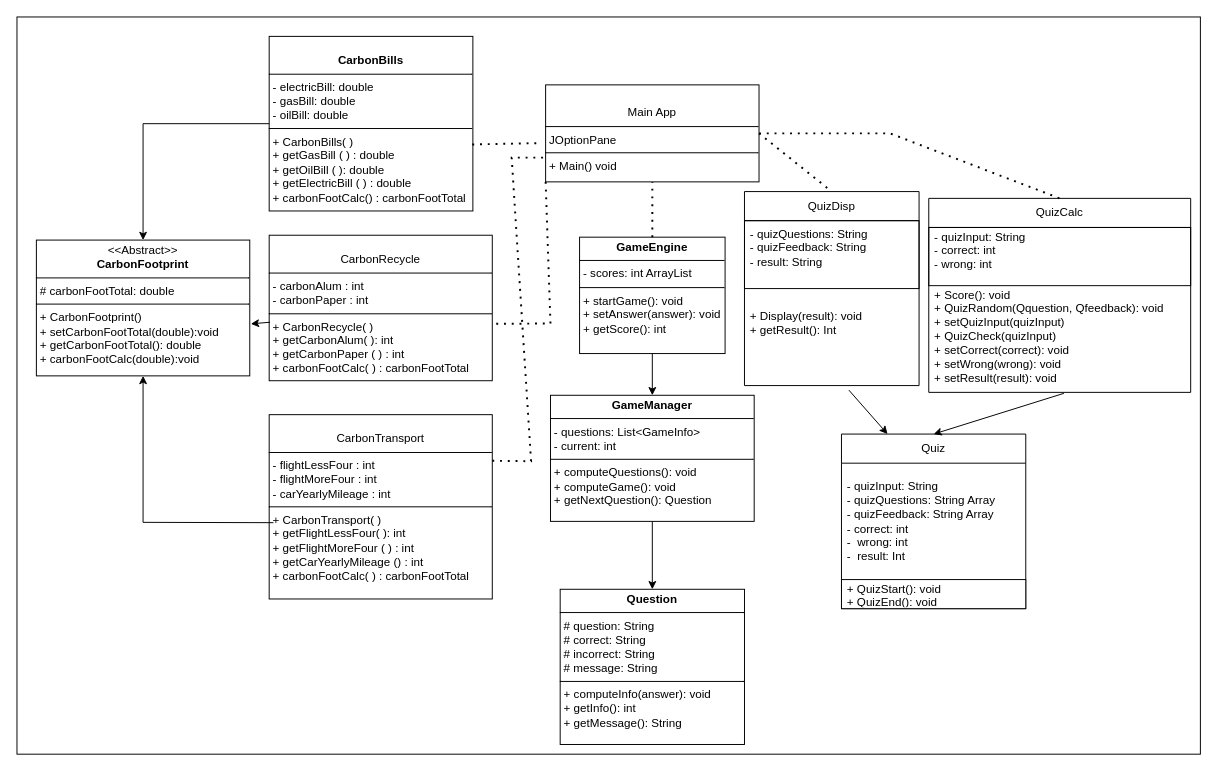
JordanTheCodeless/OOP_SDG_CA keeps this draw.io diagram as ClassDiagram.drawio. Above is the earlier version. Source tidied: cells renumbered, new cells numbered last; positions are measured from the earlier drawing's top-left corner, leaving out a move shared by most shapes. Both pictures are drawn from the tidied source at 97%, with x=0, y=0 at pixel (16, 16).
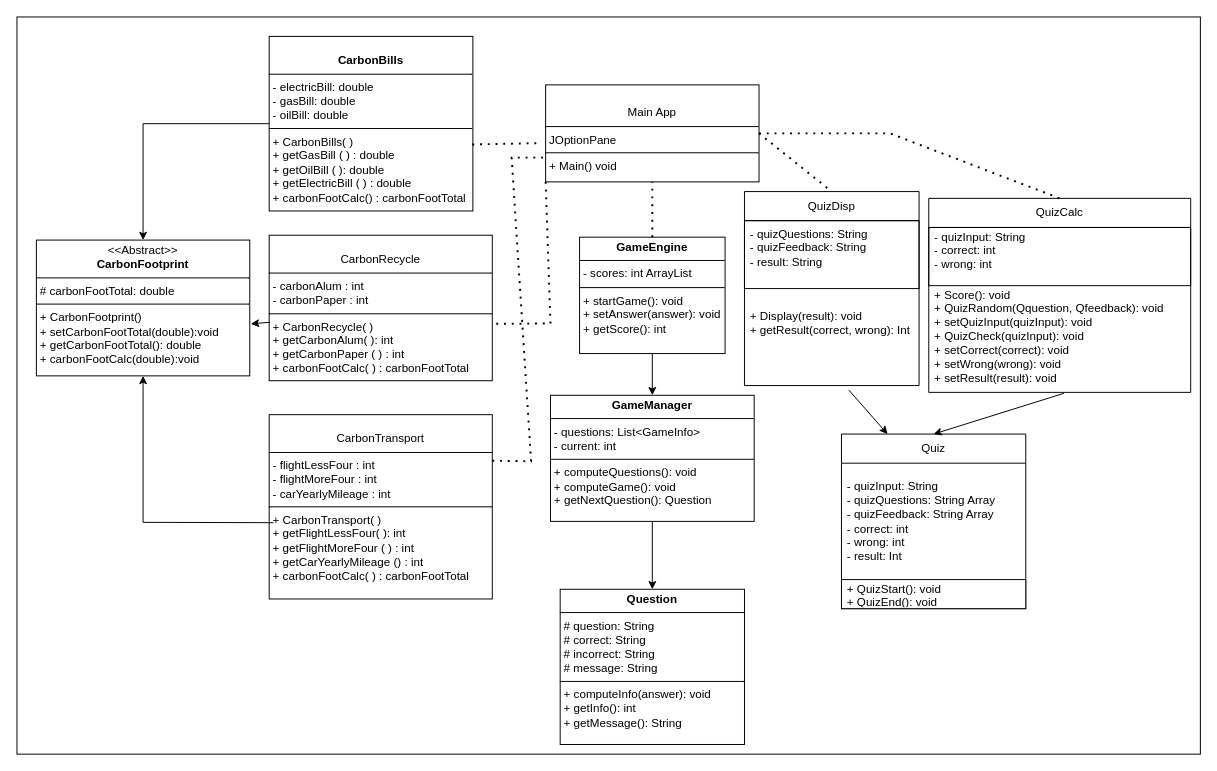
Above is the later version.

Commit message:
Class changes -Greg

Unchanged cells that the change refers to:
```xml
<mxCell id="11" value="Quiz" style="swimlane;fontStyle=0;horizontal=1;startSize=30;whiteSpace=wrap;html=1;" parent="1" vertex="1">
  <mxGeometry x="850" y="430" width="190" height="180" as="geometry" />
</mxCell>
<mxCell id="14" value="QuizCalc" style="swimlane;fontStyle=0;horizontal=1;startSize=30;whiteSpace=wrap;html=1;" parent="1" vertex="1">
  <mxGeometry x="940" y="187" width="270" height="200" as="geometry" />
</mxCell>
<mxCell id="17" value="QuizDisp" style="swimlane;fontStyle=0;horizontal=1;startSize=30;whiteSpace=wrap;html=1;" parent="1" vertex="1">
  <mxGeometry x="750" y="180" width="180" height="200" as="geometry" />
</mxCell>
```

The edit, as a diff of the source:
```diff
@@
-    <mxCell id="12" value="&lt;div&gt;- quizInput: String&lt;br&gt;&lt;/div&gt;&lt;div&gt;- quizQuestions: String Array&lt;br&gt;&lt;/div&gt;&lt;div&gt;- quizFeedback: String Array&lt;br&gt;&lt;/div&gt;&lt;div&gt;- correct: int&lt;/div&gt;&lt;div&gt;-&amp;nbsp; wrong: int&lt;/div&gt;&lt;div&gt;-&amp;nbsp; result: Int&lt;br&gt;&lt;/div&gt;" style="text;strokeColor=none;fillColor=none;align=left;verticalAlign=middle;spacingLeft=4;spacingRight=4;overflow=hidden;whiteSpace=wrap;html=1;" parent="11" vertex="1">
+    <mxCell id="12" value="&lt;div&gt;- quizInput: String&lt;br&gt;&lt;/div&gt;&lt;div&gt;- quizQuestions: String Array&lt;br&gt;&lt;/div&gt;&lt;div&gt;- quizFeedback: String Array&lt;br&gt;&lt;/div&gt;&lt;div&gt;- correct: int&lt;/div&gt;&lt;div&gt;- wrong: int&lt;/div&gt;&lt;div&gt;- result: Int&lt;br&gt;&lt;/div&gt;" style="text;strokeColor=none;fillColor=none;align=left;verticalAlign=middle;spacingLeft=4;spacingRight=4;overflow=hidden;whiteSpace=wrap;html=1;" parent="11" vertex="1">
       <mxGeometry y="30" width="190" height="120" as="geometry" />
     </mxCell>
@@
-    <mxCell id="16" value="&lt;div&gt;+ Score(): void&lt;br&gt;&lt;/div&gt;&lt;div&gt;+ QuizRandom(Qquestion, Qfeedback): void&lt;br&gt;&lt;/div&gt;&lt;div&gt;+ setQuizInput(quizInput)&lt;/div&gt;&lt;div&gt;+ QuizCheck(quizInput)&lt;br&gt;&lt;/div&gt;&lt;div&gt;+ setCorrect(correct): void&lt;br&gt;&lt;/div&gt;&lt;div&gt;+ setWrong(wrong): void&lt;br&gt;&lt;/div&gt;&lt;div&gt;+ setResult(result): void&lt;br&gt;&lt;/div&gt;&lt;div&gt;&lt;br&gt;&lt;/div&gt;" style="text;strokeColor=none;fillColor=none;align=left;verticalAlign=middle;spacingLeft=4;spacingRight=4;overflow=hidden;points=[[0,0.5],[1,0.5]];portConstraint=eastwest;whiteSpace=wrap;html=1;" parent="14" vertex="1">
+    <mxCell id="16" value="&lt;div&gt;+ Score(): void&lt;br&gt;&lt;/div&gt;&lt;div&gt;+ QuizRandom(Qquestion, Qfeedback): void&lt;br&gt;&lt;/div&gt;&lt;div&gt;+ setQuizInput(quizInput): void&lt;br&gt;&lt;/div&gt;&lt;div&gt;+ QuizCheck(quizInput): void&lt;br&gt;&lt;/div&gt;&lt;div&gt;+ setCorrect(correct): void&lt;br&gt;&lt;/div&gt;&lt;div&gt;+ setWrong(wrong): void&lt;br&gt;&lt;/div&gt;&lt;div&gt;+ setResult(result): void&lt;br&gt;&lt;/div&gt;&lt;div&gt;&lt;br&gt;&lt;/div&gt;" style="text;strokeColor=none;fillColor=none;align=left;verticalAlign=middle;spacingLeft=4;spacingRight=4;overflow=hidden;points=[[0,0.5],[1,0.5]];portConstraint=eastwest;whiteSpace=wrap;html=1;" parent="14" vertex="1">
       <mxGeometry y="90" width="270" height="110" as="geometry" />
     </mxCell>
@@
-    <mxCell id="19" value="&lt;div&gt;+ Display(result): void&lt;br&gt;&lt;/div&gt;&lt;div&gt;+ getResult(): Int&lt;br&gt;&lt;/div&gt;&lt;div&gt;&lt;br&gt;&lt;/div&gt;&lt;div&gt;&lt;br&gt;&lt;/div&gt;" style="text;strokeColor=none;fillColor=none;align=left;verticalAlign=middle;spacingLeft=4;spacingRight=4;overflow=hidden;points=[[0,0.5],[1,0.5]];portConstraint=eastwest;whiteSpace=wrap;html=1;" parent="17" vertex="1">
+    <mxCell id="19" value="&lt;div&gt;+ Display(result): void&lt;br&gt;&lt;/div&gt;&lt;div&gt;+ getResult(correct, wrong): Int&lt;br&gt;&lt;/div&gt;&lt;div&gt;&lt;br&gt;&lt;/div&gt;&lt;div&gt;&lt;br&gt;&lt;/div&gt;" style="text;strokeColor=none;fillColor=none;align=left;verticalAlign=middle;spacingLeft=4;spacingRight=4;overflow=hidden;points=[[0,0.5],[1,0.5]];portConstraint=eastwest;whiteSpace=wrap;html=1;" parent="17" vertex="1">
       <mxGeometry y="100" width="180" height="100" as="geometry" />
     </mxCell>
```
